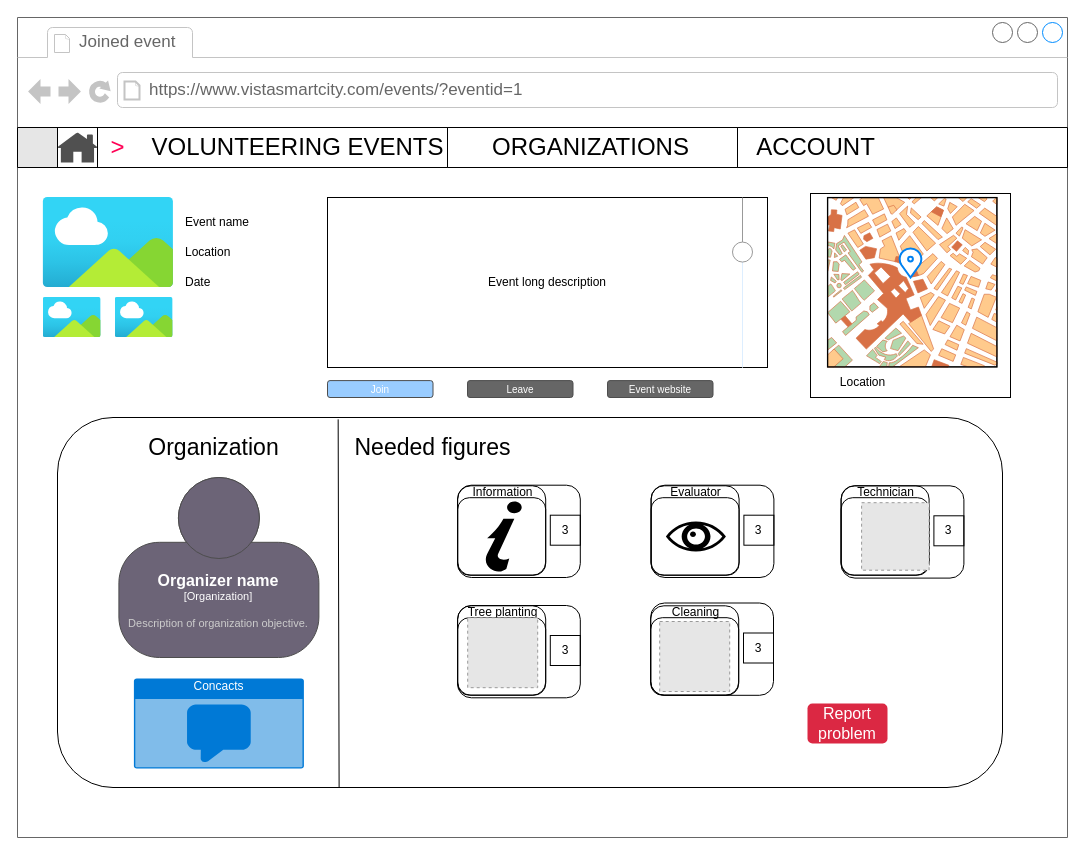
This is project/organizationmockup.drawio from josura/HCI, a draw.io file, before an edit. Source tidied: cells renumbered, new cells numbered last; positions are measured from the earlier drawing's top-left corner, leaving out a move shared by most shapes. Both pictures are drawn from the tidied source at 100%, with x=0, y=0 at pixel (17, 17). Pictures stored in the file or linked from it are replaced by grey dashed boxes.
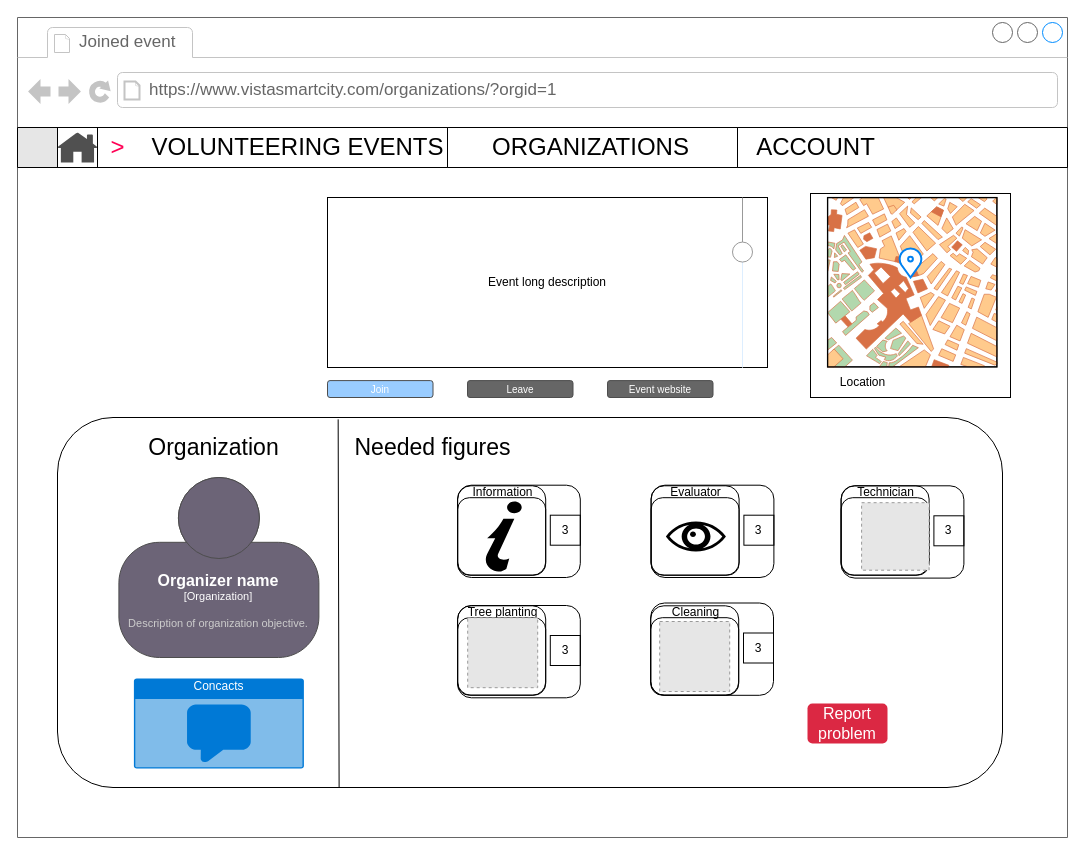
The same diagram, later.

The change refers to these unchanged cells:
```xml
<mxCell id="2" style="strokeWidth=1;shadow=0;dashed=0;align=center;html=1;shape=mxgraph.mockup.containers.browserWindow;rSize=0;strokeColor=#666666;mainText=,;rounded=0;labelBackgroundColor=none;fontFamily=Verdana;fontSize=12;" parent="1" vertex="1">
  <mxGeometry width="1050" height="820" as="geometry" />
</mxCell>
```

What changed in the source:
```diff
@@
-    <mxCell id="4" value="https://www.vistasmartcity.com/events/?eventid=1" style="strokeWidth=1;shadow=0;dashed=0;align=center;html=1;shape=mxgraph.mockup.containers.anchor;rSize=0;fontSize=17;fontColor=#666666;align=left;" parent="2" vertex="1">
+    <mxCell id="4" value="https://www.vistasmartcity.com/organizations/?orgid=1" style="strokeWidth=1;shadow=0;dashed=0;align=center;html=1;shape=mxgraph.mockup.containers.anchor;rSize=0;fontSize=17;fontColor=#666666;align=left;" parent="2" vertex="1">
       <mxGeometry x="130" y="60" width="250" height="26" as="geometry" />
     </mxCell>
-    <mxCell id="5" value="Event name" style="text;html=1;align=left;verticalAlign=middle;strokeColor=none;fillColor=none;" parent="2" vertex="1">
-      <mxGeometry x="166.4" y="190" width="90" height="30" as="geometry" />
-    </mxCell>
-    <mxCell id="6" value="Location" style="text;html=1;align=left;verticalAlign=middle;strokeColor=none;fillColor=none;" parent="2" vertex="1">
-      <mxGeometry x="166.4" y="220" width="70" height="30" as="geometry" />
-    </mxCell>
-    <mxCell id="7" value="Date" style="text;html=1;align=left;verticalAlign=middle;strokeColor=none;fillColor=none;" parent="2" vertex="1">
-      <mxGeometry x="166.4" y="250" width="50" height="30" as="geometry" />
-    </mxCell>
-    <mxCell id="8" style="html=1;align=center;image;fontSize=12;image=img/lib/azure2/general/Image.svg;" parent="2" vertex="1">
-      <mxGeometry x="25.4" y="180" width="130.9" height="90" as="geometry" />
-    </mxCell>
-    <mxCell id="9" style="html=1;align=center;image;fontSize=12;image=img/lib/azure2/general/Image.svg;" parent="2" vertex="1">
-      <mxGeometry x="25.5" y="280" width="58.2" height="40" as="geometry" />
-    </mxCell>
@@
-    <mxCell id="61" style="html=1;align=center;image;fontSize=12;image=img/lib/azure2/general/Image.svg;" parent="1" vertex="1">
-      <mxGeometry x="97.5" y="280" width="58.2" height="40" as="geometry" />
-    </mxCell>
```
